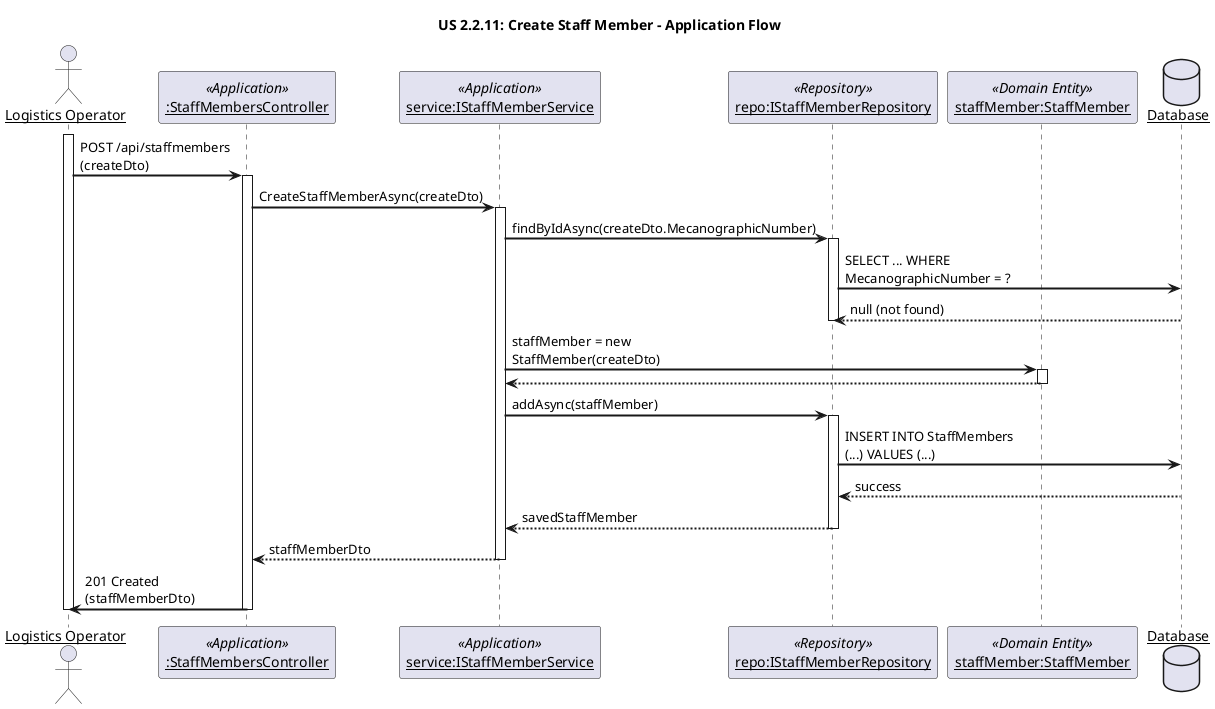
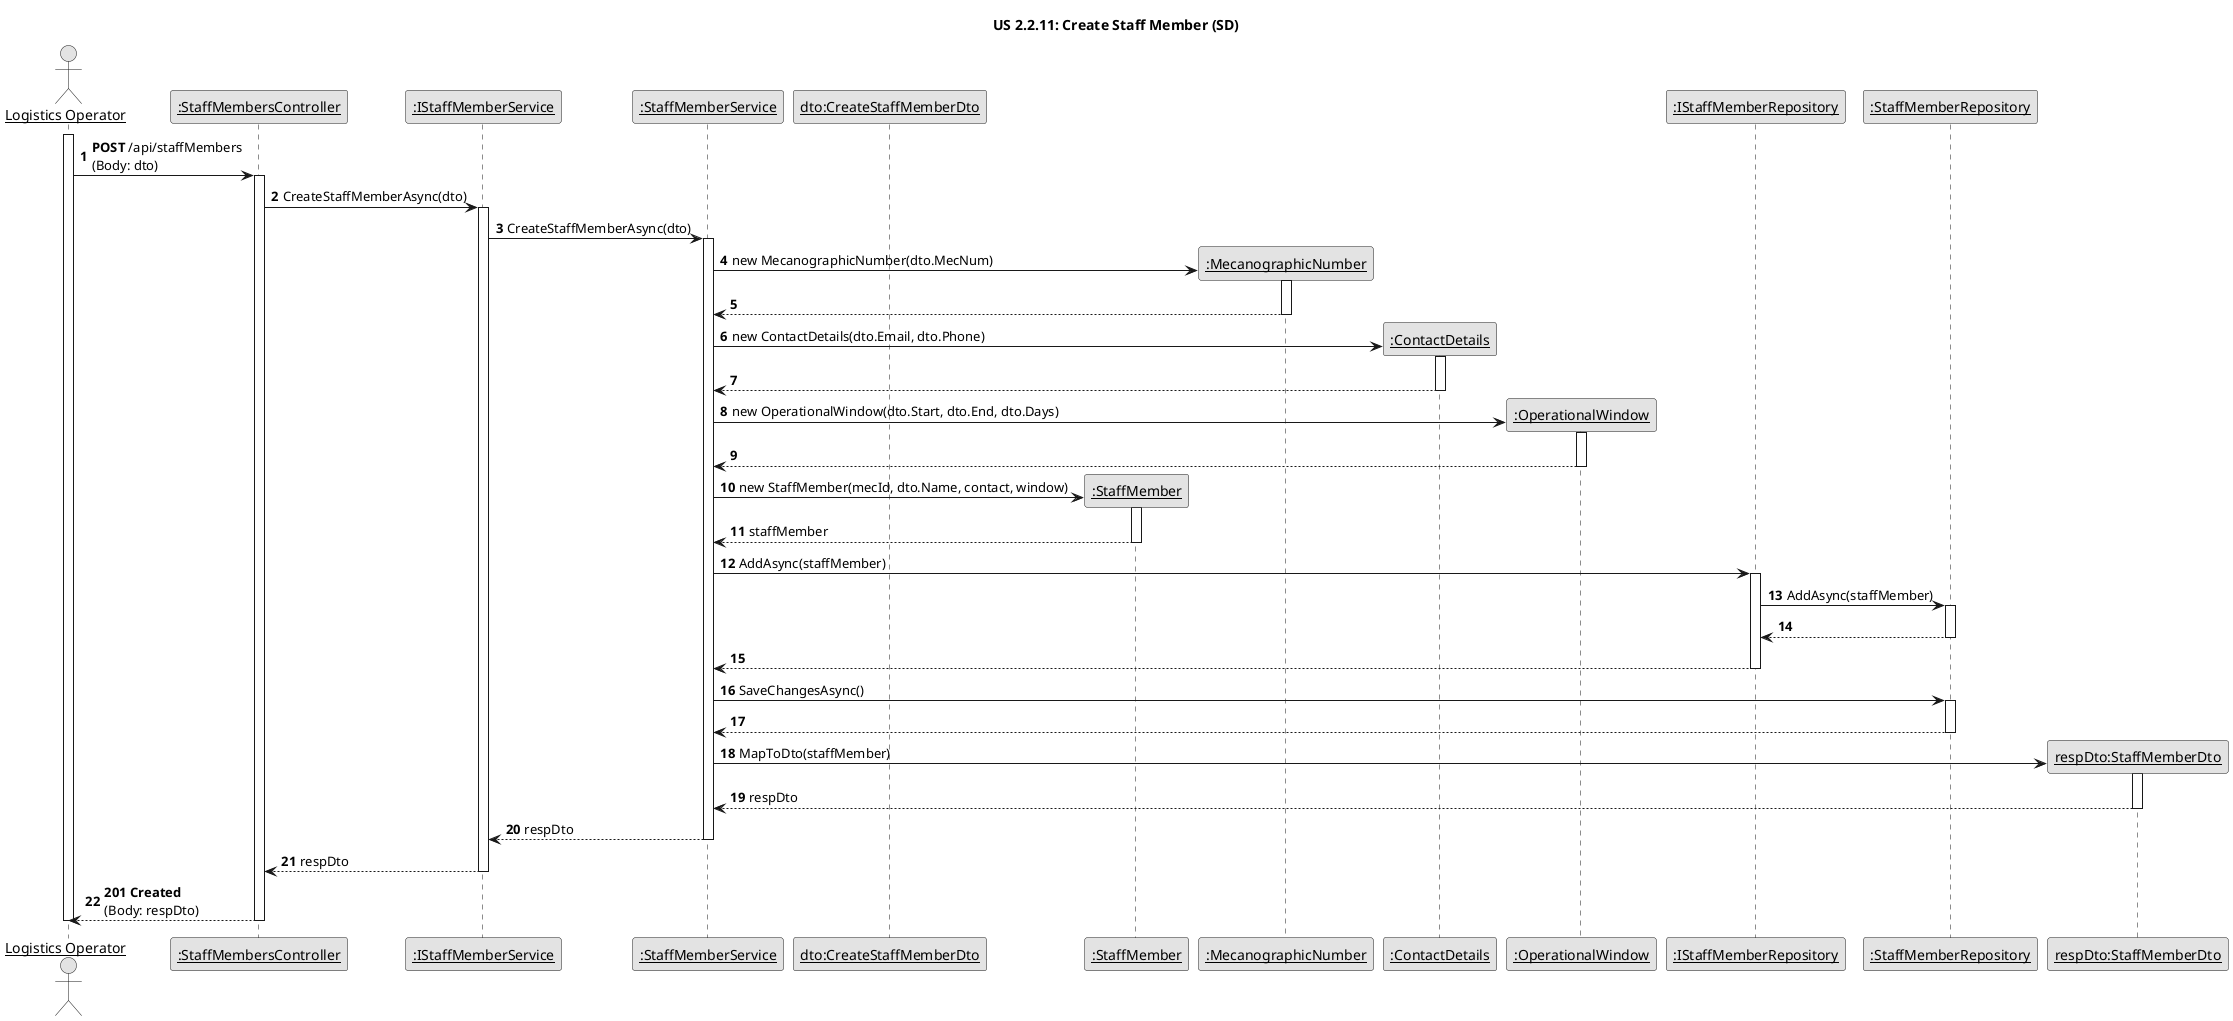
@startuml
- ' US 2.2.11: Create Staff Member - Sequence Diagram (Design)
+ ' US 2.2.11 - Sequence Diagram (Create Staff Member)
+ title US 2.2.11: Create Staff Member (SD)

- title US 2.2.11: Create Staff Member - Application Flow
- 
- actor "Logistics Operator" as User
- participant ":StaffMembersController" as Controller <<Application>>
- participant "service:IStaffMemberService" as Service <<Application>>
- participant "repo:IStaffMemberRepository" as Repo <<Repository>>
- participant "staffMember:StaffMember" as Domain <<Domain Entity>>
- database "Database" as DB
- 
- skinparam sequenceArrowThickness 2
- skinparam roundcorner 10
- skinparam maxmessagesize 180
+ skinparam monochrome true
+ skinparam packageStyle rectangle
+ skinparam shadowing false
skinparam sequenceParticipant underline

- activate User
- User -> Controller : POST /api/staffmembers (createDto)
+ autonumber
+ 
+ actor "Logistics Operator" as Actor
+ participant ":StaffMembersController" as Controller
+ participant ":IStaffMemberService" as IService
+ participant ":StaffMemberService" as Service
+ participant "dto:CreateStaffMemberDto" as Dto
+ participant ":StaffMember" as Aggregate
+ participant ":MecanographicNumber" as MecIdVO
+ participant ":ContactDetails" as ContactVO
+ participant ":OperationalWindow" as WindowVO
+ participant ":IStaffMemberRepository" as IRepo
+ participant ":StaffMemberRepository" as Repo
+ participant "respDto:StaffMemberDto" as RespDto
+ 
+ activate Actor
+ Actor -> Controller : **POST** /api/staffMembers\n(Body: dto)
activate Controller

- Controller -> Service : CreateStaffMemberAsync(createDto)
+ Controller -> IService : CreateStaffMemberAsync(dto)
+ activate IService
+ IService -> Service : CreateStaffMemberAsync(dto)
activate Service

- ' The service can check if the ID already exists
- Service -> Repo : findByIdAsync(createDto.MecanographicNumber)
+ ' Value Object Creation & Validation
+ Service -> MecIdVO ** : new MecanographicNumber(dto.MecNum)
+ activate MecIdVO
+ MecIdVO --> Service
+ deactivate MecIdVO
+ 
+ Service -> ContactVO ** : new ContactDetails(dto.Email, dto.Phone)
+ activate ContactVO
+ ContactVO --> Service
+ deactivate ContactVO
+ 
+ Service -> WindowVO ** : new OperationalWindow(dto.Start, dto.End, dto.Days)
+ activate WindowVO
+ WindowVO --> Service
+ deactivate WindowVO
+ 
+ ' Aggregate Creation
+ Service -> Aggregate ** : new StaffMember(mecId, dto.Name, contact, window)
+ activate Aggregate
+ ' Constructor sets Status = Available
+ Aggregate --> Service : staffMember
+ deactivate Aggregate
+ 
+ ' Persistence
+ Service -> IRepo : AddAsync(staffMember)
+ activate IRepo
+ IRepo -> Repo : AddAsync(staffMember)
activate Repo
- Repo -> DB : SELECT ... WHERE MecanographicNumber = ?
- DB --> Repo : null (not found)
+ ' EF Core adds to DbContext
+ Repo --> IRepo
+ deactivate Repo
+ IRepo --> Service
+ deactivate IRepo
+ 
+ ' Save changes (often done after AddAsync in the service)
+ Service -> Repo : SaveChangesAsync()
+ activate Repo
+ ' EF Core generates SQL INSERT
+ Repo --> Service
deactivate Repo

- ' Create the domain entity using its constructor
- Service -> Domain : staffMember = new StaffMember(createDto)
- activate Domain
- ' The constructor validates data and sets the default status to 'Available'
- Domain --> Service
- deactivate Domain
+ ' Map Response
+ Service -> RespDto ** : MapToDto(staffMember)
+ activate RespDto
+ RespDto --> Service : respDto
+ deactivate RespDto

- ' Persist the new entity
- Service -> Repo : addAsync(staffMember)
- activate Repo
- Repo -> DB : INSERT INTO StaffMembers (...) VALUES (...)
- DB --> Repo : success
- Repo --> Service : savedStaffMember
- deactivate Repo
+ Service --> IService : respDto
+ deactivate Service
+ IService --> Controller : respDto
+ deactivate IService

- Service --> Controller : staffMemberDto
- deactivate Service
- 
- Controller -> User : 201 Created (staffMemberDto)
+ Controller --> Actor : **201 Created**\n(Body: respDto)
deactivate Controller
- 
- deactivate User
- 
+ deactivate Actor
@enduml